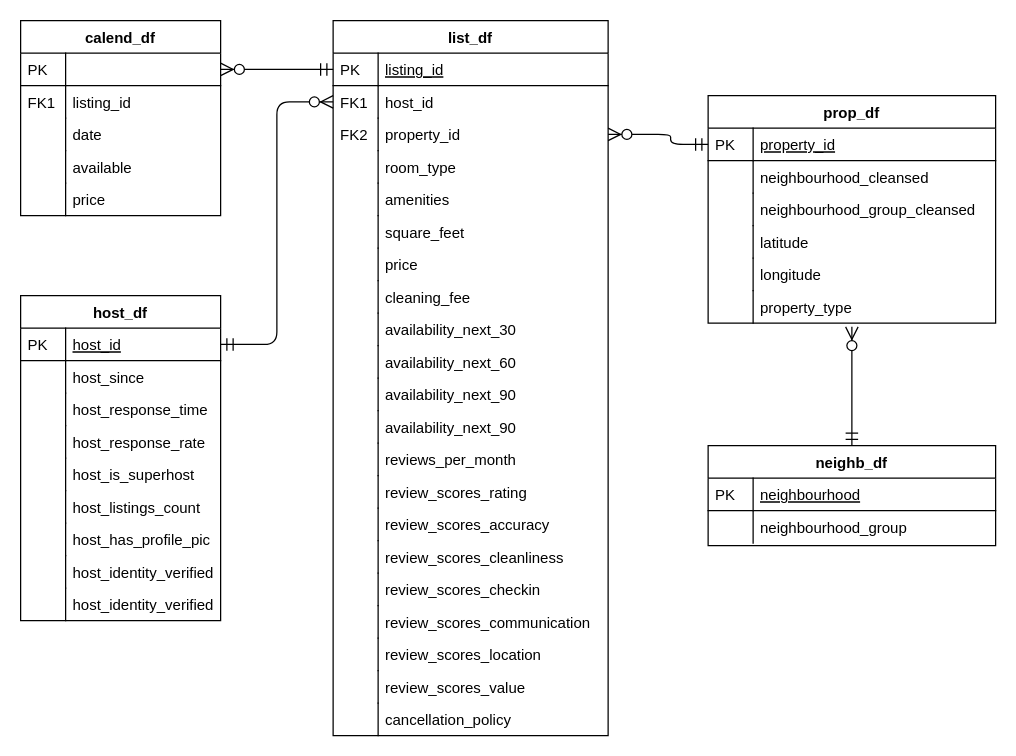
Earlier version of the draw.io diagram data/data_diagram.drawio (dfhssilva/DV_project). Source tidied: cells renumbered, new cells numbered last; positions are measured from the earlier drawing's top-left corner, leaving out a move shared by most shapes. Both pictures are drawn from the tidied source at 125%, with x=0, y=0 at pixel (20, 20).
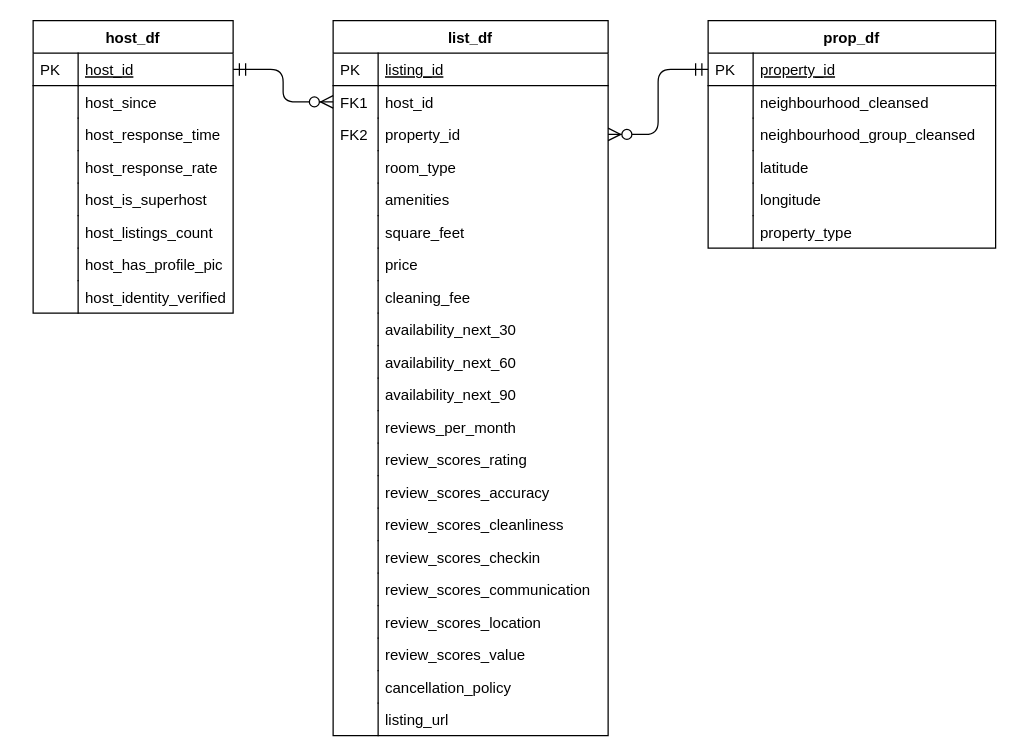
Above is the later version.

The change refers to these unchanged cells:
```xml
<mxCell id="21" value="list_df" style="swimlane;fontStyle=1;horizontal=1;startSize=26;rounded=0;shadow=0;strokeWidth=1;" parent="1" vertex="1">
  <mxGeometry x="250" width="220" height="572" as="geometry" />
</mxCell>
<mxCell id="22" value="listing_id" style="shape=partialRectangle;top=0;left=0;right=0;bottom=1;align=left;verticalAlign=top;fillColor=none;spacingLeft=40;spacingRight=4;overflow=hidden;points=[[0,0.5],[1,0.5]];portConstraint=eastwest;rounded=0;shadow=0;strokeWidth=1;fontStyle=4;" parent="21" vertex="1">
  <mxGeometry y="26" width="220" height="26" as="geometry" />
</mxCell>
<mxCell id="26" value="property_id" style="shape=partialRectangle;top=0;left=0;right=0;bottom=0;align=left;verticalAlign=top;fillColor=none;spacingLeft=40;spacingRight=4;overflow=hidden;points=[[0,0.5],[1,0.5]];portConstraint=eastwest;rounded=0;shadow=0;strokeWidth=1;" parent="21" vertex="1">
  <mxGeometry y="78" width="220" height="26" as="geometry" />
</mxCell>
<mxCell id="66" value="property_id" style="shape=partialRectangle;top=0;left=0;right=0;bottom=1;align=left;verticalAlign=top;fillColor=none;spacingLeft=40;spacingRight=4;overflow=hidden;points=[[0,0.5],[1,0.5]];portConstraint=eastwest;rounded=0;shadow=0;strokeWidth=1;fontStyle=4;" parent="65" vertex="1">
  <mxGeometry y="26" width="230" height="26" as="geometry" />
</mxCell>
<mxCell id="76" value="property_type" style="shape=partialRectangle;top=0;left=0;right=0;bottom=0;align=left;verticalAlign=top;fillColor=none;spacingLeft=40;spacingRight=4;overflow=hidden;points=[[0,0.5],[1,0.5]];portConstraint=eastwest;rounded=0;shadow=0;strokeWidth=1;" parent="65" vertex="1">
  <mxGeometry y="156" width="230" height="26" as="geometry" />
</mxCell>
```

The edit, as a diff of the source:
```diff
@@
     <mxCell id="2" value="host_df" style="swimlane;fontStyle=1;horizontal=1;startSize=26;rounded=0;shadow=0;strokeWidth=1;" parent="1" vertex="1">
-      <mxGeometry y="220" width="160" height="260" as="geometry" />
+      <mxGeometry x="10" width="160" height="234" as="geometry" />
     </mxCell>
@@
-    <mxCell id="19" value="host_identity_verified" style="shape=partialRectangle;top=0;left=0;right=0;bottom=0;align=left;verticalAlign=top;fillColor=none;spacingLeft=40;spacingRight=4;overflow=hidden;rounded=0;shadow=0;strokeWidth=1;" parent="2" vertex="1">
-      <mxGeometry y="234" width="160" height="26" as="geometry" />
-    </mxCell>
-    <mxCell id="20" style="shape=partialRectangle;top=0;left=0;bottom=0;fillColor=none;align=left;verticalAlign=top;spacingLeft=4;spacingRight=4;overflow=hidden;" parent="19" vertex="1">
-      <mxGeometry width="36" height="26" as="geometry" />
-    </mxCell>
@@
-    <mxCell id="32" value="square_feet" style="shape=partialRectangle;top=0;left=0;right=0;bottom=0;align=left;verticalAlign=top;fillColor=none;spacingLeft=40;spacingRight=4;overflow=hidden;rounded=0;shadow=1;strokeWidth=1;strokeColor=#000000;" parent="21" vertex="1">
+    <mxCell id="32" value="square_feet" style="shape=partialRectangle;top=0;left=0;right=0;bottom=0;align=left;verticalAlign=top;fillColor=none;spacingLeft=40;spacingRight=4;overflow=hidden;rounded=0;shadow=0;strokeWidth=1;strokeColor=none;" parent="21" vertex="1">
       <mxGeometry y="156" width="220" height="26" as="geometry" />
     </mxCell>
@@
-    <mxCell id="44" value="availability_next_90" style="shape=partialRectangle;top=0;left=0;right=0;bottom=0;align=left;verticalAlign=top;fillColor=none;spacingLeft=40;spacingRight=4;overflow=hidden;rounded=0;shadow=1;strokeWidth=1;strokeColor=#000000;" parent="21" vertex="1">
-      <mxGeometry y="312" width="220" height="26" as="geometry" />
-    </mxCell>
-    <mxCell id="45" style="shape=partialRectangle;top=0;left=0;bottom=0;fillColor=none;align=left;verticalAlign=top;spacingLeft=4;spacingRight=4;overflow=hidden;" parent="44" vertex="1">
-      <mxGeometry width="36" height="26" as="geometry" />
-    </mxCell>
     <mxCell id="46" value="reviews_per_month" style="shape=partialRectangle;top=0;left=0;right=0;bottom=0;align=left;verticalAlign=top;fillColor=none;spacingLeft=40;spacingRight=4;overflow=hidden;rounded=0;shadow=1;strokeWidth=1;strokeColor=#000000;" parent="21" vertex="1">
-      <mxGeometry y="338" width="220" height="26" as="geometry" />
+      <mxGeometry y="312" width="220" height="26" as="geometry" />
     </mxCell>
@@
     <mxCell id="48" value="review_scores_rating" style="shape=partialRectangle;top=0;left=0;right=0;bottom=0;align=left;verticalAlign=top;fillColor=none;spacingLeft=40;spacingRight=4;overflow=hidden;rounded=0;shadow=1;strokeWidth=1;strokeColor=#000000;" parent="21" vertex="1">
-      <mxGeometry y="364" width="220" height="26" as="geometry" />
+      <mxGeometry y="338" width="220" height="26" as="geometry" />
     </mxCell>
@@
     <mxCell id="50" value="review_scores_accuracy" style="shape=partialRectangle;top=0;left=0;right=0;bottom=0;align=left;verticalAlign=top;fillColor=none;spacingLeft=40;spacingRight=4;overflow=hidden;rounded=0;shadow=1;strokeWidth=1;strokeColor=#000000;" parent="21" vertex="1">
-      <mxGeometry y="390" width="220" height="26" as="geometry" />
+      <mxGeometry y="364" width="220" height="26" as="geometry" />
     </mxCell>
@@
     <mxCell id="52" value="review_scores_cleanliness" style="shape=partialRectangle;top=0;left=0;right=0;bottom=0;align=left;verticalAlign=top;fillColor=none;spacingLeft=40;spacingRight=4;overflow=hidden;rounded=0;shadow=1;strokeWidth=1;strokeColor=#000000;" parent="21" vertex="1">
-      <mxGeometry y="416" width="220" height="26" as="geometry" />
+      <mxGeometry y="390" width="220" height="26" as="geometry" />
     </mxCell>
@@
     <mxCell id="54" value="review_scores_checkin" style="shape=partialRectangle;top=0;left=0;right=0;bottom=0;align=left;verticalAlign=top;fillColor=none;spacingLeft=40;spacingRight=4;overflow=hidden;rounded=0;shadow=1;strokeWidth=1;strokeColor=#000000;" parent="21" vertex="1">
-      <mxGeometry y="442" width="220" height="26" as="geometry" />
+      <mxGeometry y="416" width="220" height="26" as="geometry" />
     </mxCell>
@@
     <mxCell id="56" value="review_scores_communication" style="shape=partialRectangle;top=0;left=0;right=0;bottom=0;align=left;verticalAlign=top;fillColor=none;spacingLeft=40;spacingRight=4;overflow=hidden;rounded=0;shadow=1;strokeWidth=1;strokeColor=#000000;" parent="21" vertex="1">
-      <mxGeometry y="468" width="220" height="26" as="geometry" />
+      <mxGeometry y="442" width="220" height="26" as="geometry" />
     </mxCell>
@@
     <mxCell id="58" value="review_scores_location" style="shape=partialRectangle;top=0;left=0;right=0;bottom=0;align=left;verticalAlign=top;fillColor=none;spacingLeft=40;spacingRight=4;overflow=hidden;rounded=0;shadow=1;strokeWidth=1;strokeColor=#000000;" parent="21" vertex="1">
-      <mxGeometry y="494" width="220" height="26" as="geometry" />
+      <mxGeometry y="468" width="220" height="26" as="geometry" />
     </mxCell>
@@
     <mxCell id="60" value="review_scores_value" style="shape=partialRectangle;top=0;left=0;right=0;bottom=0;align=left;verticalAlign=top;fillColor=none;spacingLeft=40;spacingRight=4;overflow=hidden;rounded=0;shadow=1;strokeWidth=1;strokeColor=#000000;" parent="21" vertex="1">
-      <mxGeometry y="520" width="220" height="26" as="geometry" />
+      <mxGeometry y="494" width="220" height="26" as="geometry" />
     </mxCell>
@@
     <mxCell id="62" value="cancellation_policy" style="shape=partialRectangle;top=0;left=0;right=0;bottom=0;align=left;verticalAlign=top;fillColor=none;spacingLeft=40;spacingRight=4;overflow=hidden;rounded=0;shadow=1;strokeWidth=1;strokeColor=#000000;" parent="21" vertex="1">
-      <mxGeometry y="546" width="220" height="26" as="geometry" />
+      <mxGeometry y="520" width="220" height="26" as="geometry" />
     </mxCell>
@@
+    <mxCell id="98" value="listing_url" style="shape=partialRectangle;top=0;left=0;right=0;bottom=0;align=left;verticalAlign=top;fillColor=none;spacingLeft=40;spacingRight=4;overflow=hidden;rounded=0;shadow=1;strokeWidth=1;strokeColor=#000000;" parent="21" vertex="1">
+      <mxGeometry y="546" width="220" height="26" as="geometry" />
+    </mxCell>
+    <mxCell id="99" style="shape=partialRectangle;top=0;left=0;bottom=0;fillColor=none;align=left;verticalAlign=top;spacingLeft=4;spacingRight=4;overflow=hidden;" parent="98" vertex="1">
+      <mxGeometry width="36" height="26" as="geometry" />
+    </mxCell>
@@
     <mxCell id="65" value="prop_df" style="swimlane;fontStyle=1;horizontal=1;startSize=26;rounded=0;shadow=0;strokeWidth=1;" parent="1" vertex="1">
-      <mxGeometry x="550" y="60" width="230" height="182" as="geometry" />
+      <mxGeometry x="550" width="230" height="182" as="geometry" />
     </mxCell>
@@
-    <mxCell id="78" value="calend_df" style="swimlane;fontStyle=1;horizontal=1;startSize=26;rounded=0;shadow=0;strokeWidth=1;" parent="1" vertex="1">
-      <mxGeometry width="160" height="156" as="geometry" />
-    </mxCell>
-    <mxCell id="79" style="shape=partialRectangle;top=0;left=0;right=0;bottom=1;align=left;verticalAlign=top;fillColor=none;spacingLeft=40;spacingRight=4;overflow=hidden;points=[[0,0.5],[1,0.5]];portConstraint=eastwest;rounded=0;shadow=0;strokeWidth=1;fontStyle=4;" parent="78" vertex="1">
-      <mxGeometry y="26" width="160" height="26" as="geometry" />
-    </mxCell>
-    <mxCell id="80" value="PK" style="shape=partialRectangle;top=0;left=0;bottom=0;fillColor=none;align=left;verticalAlign=top;spacingLeft=4;spacingRight=4;overflow=hidden;" parent="79" vertex="1">
-      <mxGeometry width="36" height="26" as="geometry" />
-    </mxCell>
-    <mxCell id="81" value="listing_id" style="shape=partialRectangle;top=0;left=0;right=0;bottom=0;align=left;verticalAlign=top;fillColor=none;spacingLeft=40;spacingRight=4;overflow=hidden;rounded=0;shadow=0;strokeWidth=1;" parent="78" vertex="1">
-      <mxGeometry y="52" width="160" height="26" as="geometry" />
-    </mxCell>
-    <mxCell id="82" value="FK1" style="shape=partialRectangle;top=0;left=0;bottom=0;fillColor=none;align=left;verticalAlign=top;spacingLeft=4;spacingRight=4;overflow=hidden;" parent="81" vertex="1">
-      <mxGeometry width="36" height="26" as="geometry" />
-    </mxCell>
-    <mxCell id="83" value="date" style="shape=partialRectangle;top=0;left=0;right=0;bottom=0;align=left;verticalAlign=top;fillColor=none;spacingLeft=40;spacingRight=4;overflow=hidden;rounded=0;shadow=0;strokeWidth=1;" parent="78" vertex="1">
-      <mxGeometry y="78" width="160" height="26" as="geometry" />
-    </mxCell>
-    <mxCell id="84" style="shape=partialRectangle;top=0;left=0;bottom=0;fillColor=none;align=left;verticalAlign=top;spacingLeft=4;spacingRight=4;overflow=hidden;" parent="83" vertex="1">
-      <mxGeometry width="36" height="26" as="geometry" />
-    </mxCell>
-    <mxCell id="85" value="available" style="shape=partialRectangle;top=0;left=0;right=0;bottom=0;align=left;verticalAlign=top;fillColor=none;spacingLeft=40;spacingRight=4;overflow=hidden;rounded=0;shadow=0;strokeWidth=1;" parent="78" vertex="1">
-      <mxGeometry y="104" width="160" height="26" as="geometry" />
-    </mxCell>
-    <mxCell id="86" style="shape=partialRectangle;top=0;left=0;bottom=0;fillColor=none;align=left;verticalAlign=top;spacingLeft=4;spacingRight=4;overflow=hidden;" parent="85" vertex="1">
-      <mxGeometry width="36" height="26" as="geometry" />
-    </mxCell>
-    <mxCell id="87" value="price" style="shape=partialRectangle;top=0;left=0;right=0;bottom=0;align=left;verticalAlign=top;fillColor=none;spacingLeft=40;spacingRight=4;overflow=hidden;rounded=0;shadow=0;strokeWidth=1;" parent="78" vertex="1">
-      <mxGeometry y="130" width="160" height="26" as="geometry" />
-    </mxCell>
-    <mxCell id="88" style="shape=partialRectangle;top=0;left=0;bottom=0;fillColor=none;align=left;verticalAlign=top;spacingLeft=4;spacingRight=4;overflow=hidden;" parent="87" vertex="1">
-      <mxGeometry width="36" height="26" as="geometry" />
-    </mxCell>
-    <mxCell id="89" style="edgeStyle=orthogonalEdgeStyle;endArrow=ERzeroToMany;startArrow=ERmandOne;shadow=0;strokeWidth=1;endSize=8;startSize=8;entryX=1;entryY=0.5;entryDx=0;entryDy=0;exitX=0;exitY=0.5;exitDx=0;exitDy=0;" parent="1" edge="1" source="22" target="79">
-      <mxGeometry relative="1" as="geometry" />
-    </mxCell>
-    <mxCell id="90" value="neighb_df" style="swimlane;fontStyle=1;horizontal=1;startSize=26;rounded=0;shadow=0;strokeWidth=1;" parent="1" vertex="1">
-      <mxGeometry x="550" y="340" width="230" height="80" as="geometry" />
-    </mxCell>
-    <mxCell id="91" value="neighbourhood" style="shape=partialRectangle;top=0;left=0;right=0;bottom=1;align=left;verticalAlign=top;fillColor=none;spacingLeft=40;spacingRight=4;overflow=hidden;rounded=0;shadow=0;strokeWidth=1;fontStyle=4;" parent="90" vertex="1">
-      <mxGeometry y="26" width="230" height="26" as="geometry" />
-    </mxCell>
-    <mxCell id="92" value="PK" style="shape=partialRectangle;top=0;left=0;bottom=0;fillColor=none;align=left;verticalAlign=top;spacingLeft=4;spacingRight=4;overflow=hidden;" parent="91" vertex="1">
-      <mxGeometry width="36" height="26" as="geometry" />
-    </mxCell>
-    <mxCell id="93" value="neighbourhood_group" style="shape=partialRectangle;top=0;left=0;right=0;bottom=0;align=left;verticalAlign=top;fillColor=none;spacingLeft=40;spacingRight=4;overflow=hidden;rounded=0;shadow=0;strokeWidth=1;" parent="90" vertex="1">
-      <mxGeometry y="52" width="230" height="26" as="geometry" />
-    </mxCell>
-    <mxCell id="94" style="shape=partialRectangle;top=0;left=0;bottom=0;fillColor=none;align=left;verticalAlign=top;spacingLeft=4;spacingRight=4;overflow=hidden;" parent="93" vertex="1">
-      <mxGeometry width="36" height="26" as="geometry" />
-    </mxCell>
-    <mxCell id="95" style="edgeStyle=orthogonalEdgeStyle;endArrow=ERzeroToMany;startArrow=ERmandOne;shadow=0;strokeWidth=1;endSize=8;startSize=8;exitX=0.5;exitY=0;exitDx=0;exitDy=0;entryX=0.5;entryY=1.115;entryDx=0;entryDy=0;entryPerimeter=0;" parent="1" edge="1" source="90" target="76">
-      <mxGeometry relative="1" as="geometry">
-        <Array as="points">
-          <mxPoint x="665" y="280" />
-          <mxPoint x="665" y="280" />
-        </Array>
-      </mxGeometry>
-    </mxCell>
     <mxCell id="96" style="edgeStyle=orthogonalEdgeStyle;endArrow=ERzeroToMany;startArrow=ERmandOne;shadow=0;strokeWidth=1;endSize=8;startSize=8;entryX=1;entryY=0.5;entryDx=0;entryDy=0;exitX=0;exitY=0.5;exitDx=0;exitDy=0;" parent="1" edge="1" source="66" target="26">
       <mxGeometry relative="1" as="geometry">
         <Array as="points">
-          <mxPoint x="520" y="99" />
-          <mxPoint x="520" y="91" />
+          <mxPoint x="510" y="39" />
+          <mxPoint x="510" y="91" />
         </Array>
       </mxGeometry>
     </mxCell>
-    <mxCell id="97" style="edgeStyle=none;rounded=0;orthogonalLoop=1;jettySize=auto;html=1;exitX=0.75;exitY=0;exitDx=0;exitDy=0;" parent="1" edge="1" source="90" target="90">
-      <mxGeometry relative="1" as="geometry" />
+    <mxCell id="97" style="edgeStyle=none;rounded=0;orthogonalLoop=1;jettySize=auto;html=1;exitX=0.75;exitY=0;exitDx=0;exitDy=0;" parent="1" edge="1">
+      <mxGeometry relative="1" as="geometry">
+        <mxPoint x="722.5" y="246" as="sourcePoint" />
+        <mxPoint x="722.5" y="246" as="targetPoint" />
+      </mxGeometry>
     </mxCell>
```
